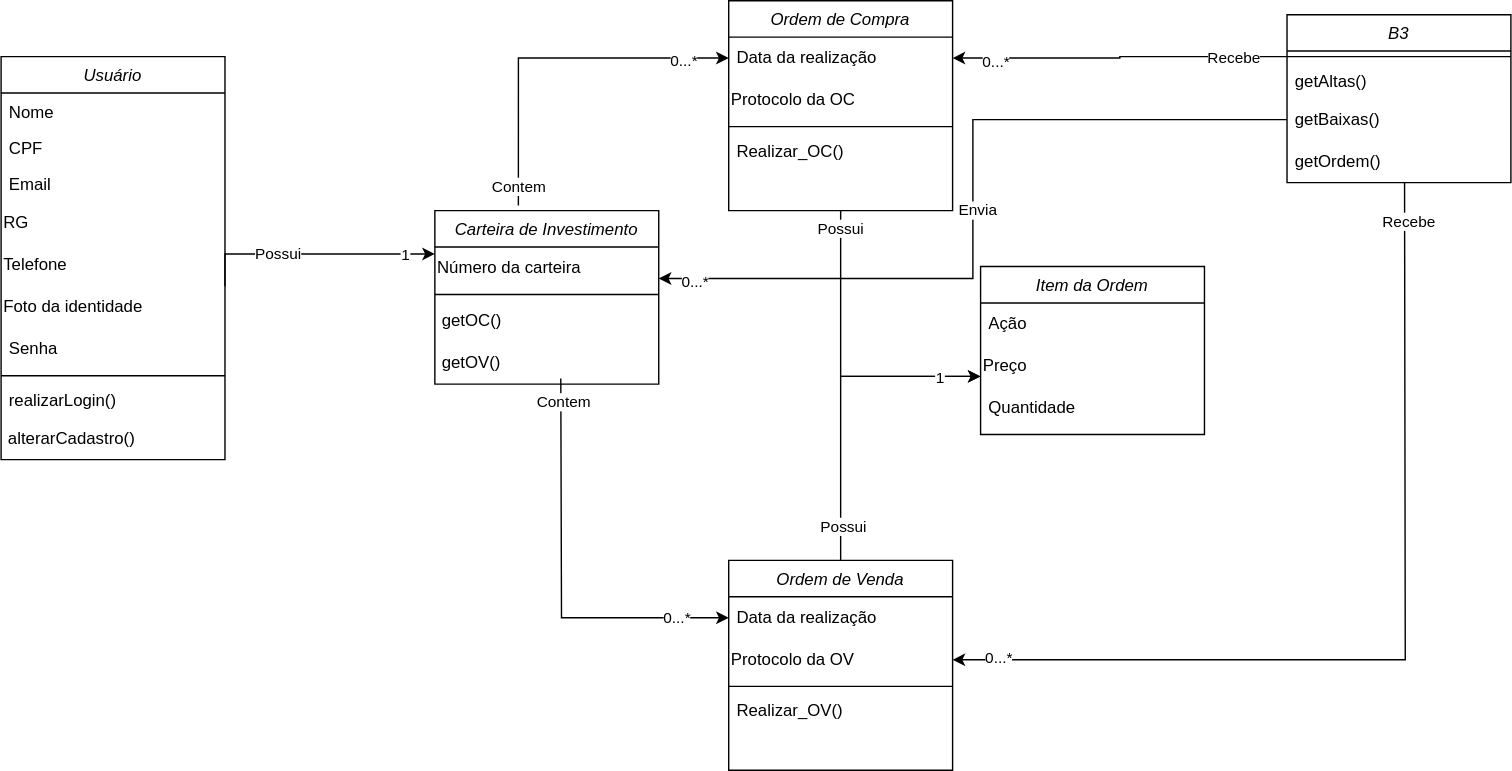
JesCat16/Projeto01_Modelagem_De_Software keeps this draw.io diagram as Diagrama de classe.drawio.svg. Above is the earlier version. Source tidied: cells renumbered, new cells last; positions are measured from the earlier drawing's top-left corner, leaving out a move shared by most shapes.
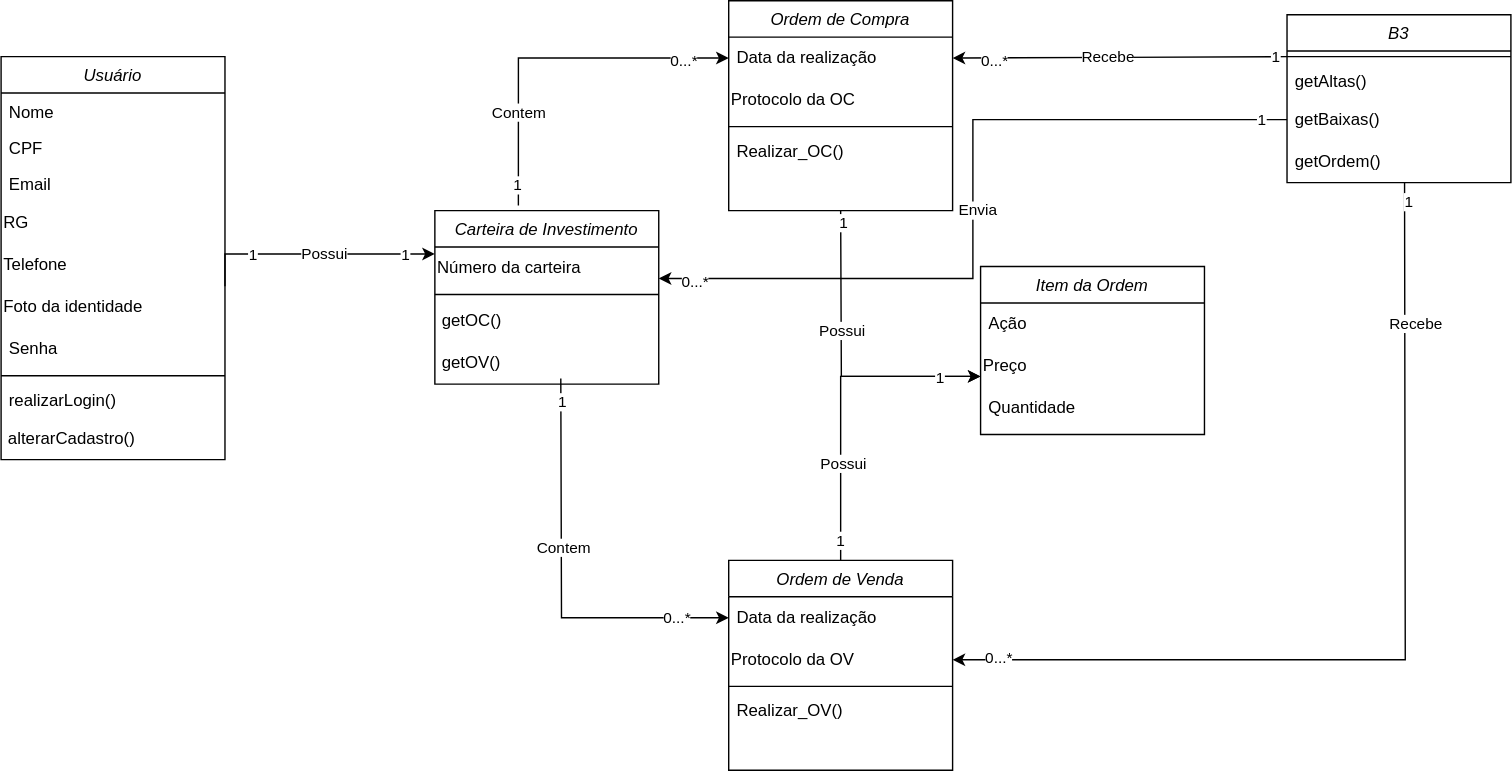
The same file after the commit.

Change to the diagram source:
```diff
@@ -86,11 +86,16 @@
       </mxGeometry>
     </mxCell>
     <mxCell id="29" value="Contem" style="edgeLabel;html=1;align=center;verticalAlign=middle;" parent="28" vertex="1">
-      <mxGeometry x="0.89" y="-1" relative="1" as="geometry" />
+      <mxGeometry x="0.89" y="-1" relative="1" as="geometry">
+        <mxPoint y="104" as="offset" />
+      </mxGeometry>
     </mxCell>
     <mxCell id="30" value="0...*" style="edgeLabel;html=1;align=center;verticalAlign=middle;" parent="28" vertex="1">
       <mxGeometry x="-0.74" y="-1" relative="1" as="geometry" />
     </mxCell>
+    <mxCell id="60" value="1" style="edgeLabel;html=1;align=center;verticalAlign=middle;" parent="28" vertex="1">
+      <mxGeometry x="0.88" relative="1" as="geometry" />
+    </mxCell>
     <mxCell id="31" value="Data da realização" style="text;strokeColor=none;fillColor=none;align=left;verticalAlign=middle;spacingLeft=4;spacingRight=4;overflow=hidden;points=[[0,0.5],[1,0.5]];portConstraint=eastwest;whiteSpace=wrap;html=1;" parent="27" vertex="1">
       <mxGeometry y="26" width="160" height="30" as="geometry" />
     </mxCell>
@@ -100,11 +105,18 @@
       </mxGeometry>
     </mxCell>
     <mxCell id="33" value="Recebe" style="edgeLabel;html=1;align=center;verticalAlign=middle;" parent="32" vertex="1">
-      <mxGeometry x="0.92" y="-2" relative="1" as="geometry" />
+      <mxGeometry x="0.92" y="-2" relative="1" as="geometry">
+        <mxPoint x="5" y="73" as="offset" />
+      </mxGeometry>
     </mxCell>
     <mxCell id="34" value="0...*" style="edgeLabel;html=1;align=center;verticalAlign=middle;" parent="32" vertex="1">
       <mxGeometry x="-0.9" y="2" relative="1" as="geometry" />
     </mxCell>
+    <mxCell id="61" value="1" style="edgeLabel;html=1;align=center;verticalAlign=middle;" parent="32" vertex="1">
+      <mxGeometry x="0.96" y="-2" relative="1" as="geometry">
+        <mxPoint y="1" as="offset" />
+      </mxGeometry>
+    </mxCell>
     <mxCell id="35" value="Protocolo da OV" style="text;html=1;align=left;verticalAlign=middle;whiteSpace=wrap;rounded=0;" parent="27" vertex="1">
       <mxGeometry y="56" width="160" height="30" as="geometry" />
     </mxCell>
@@ -114,17 +126,22 @@
     <mxCell id="37" value="Realizar_OV()" style="text;align=left;verticalAlign=top;spacingLeft=4;spacingRight=4;overflow=hidden;" parent="27" vertex="1">
       <mxGeometry y="94" width="160" height="26" as="geometry" />
     </mxCell>
-    <mxCell id="38" style="edgeStyle=orthogonalEdgeStyle;rounded=0;jettySize=auto;html=1;exitX=0;exitY=0.25;exitDx=0;exitDy=0;entryX=1;entryY=0.5;entryDx=0;entryDy=0;startArrow=none;startFill=0;endArrow=classic;endFill=1;" parent="1" edge="1" source="41" target="19">
-      <mxGeometry relative="1" as="geometry" />
+    <mxCell id="38" style="edgeStyle=orthogonalEdgeStyle;rounded=0;jettySize=auto;html=1;entryX=1;entryY=0.5;entryDx=0;entryDy=0;startArrow=none;startFill=0;endArrow=classic;endFill=1;" parent="1" edge="1" target="19">
+      <mxGeometry relative="1" as="geometry">
+        <mxPoint x="919" y="40" as="sourcePoint" />
+      </mxGeometry>
     </mxCell>
     <mxCell id="39" value="Recebe" style="edgeLabel;html=1;align=center;verticalAlign=middle;" parent="38" vertex="1">
       <mxGeometry x="0.65" relative="1" as="geometry">
-        <mxPoint x="158" y="-1" as="offset" />
+        <mxPoint x="68" y="-1" as="offset" />
       </mxGeometry>
     </mxCell>
     <mxCell id="40" value="0...*" style="edgeLabel;html=1;align=center;verticalAlign=middle;" parent="38" vertex="1">
       <mxGeometry x="0.75" y="2" relative="1" as="geometry" />
     </mxCell>
+    <mxCell id="62" value="1" style="edgeLabel;html=1;align=center;verticalAlign=middle;" parent="38" vertex="1">
+      <mxGeometry x="-0.93" y="-1" relative="1" as="geometry" />
+    </mxCell>
     <mxCell id="41" value="B3" style="swimlane;fontStyle=2;align=center;verticalAlign=top;horizontal=1;startSize=26;rounded=0;shadow=0;strokeWidth=1;" parent="1" vertex="1">
       <mxGeometry x="919" y="10" width="160" height="120" as="geometry" />
     </mxCell>
@@ -144,37 +161,61 @@
       <mxGeometry relative="1" as="geometry" />
     </mxCell>
     <mxCell id="47" value="Possui" style="edgeLabel;html=1;align=center;verticalAlign=middle;" parent="46" vertex="1">
-      <mxGeometry x="-0.31" y="1" relative="1" as="geometry" />
+      <mxGeometry x="-0.31" y="1" relative="1" as="geometry">
+        <mxPoint x="33" as="offset" />
+      </mxGeometry>
     </mxCell>
     <mxCell id="48" value="1" style="edgeLabel;html=1;align=center;verticalAlign=middle;" parent="46" vertex="1">
       <mxGeometry x="0.75" relative="1" as="geometry" />
     </mxCell>
+    <mxCell id="63" value="1" style="edgeLabel;html=1;align=center;verticalAlign=middle;" parent="46" vertex="1">
+      <mxGeometry x="-0.51" relative="1" as="geometry" />
+    </mxCell>
     <mxCell id="49" style="edgeStyle=orthogonalEdgeStyle;rounded=0;jettySize=auto;html=1;exitX=0;exitY=0.5;exitDx=0;exitDy=0;entryX=0.373;entryY=-0.029;entryDx=0;entryDy=0;entryPerimeter=0;endArrow=none;endFill=0;startArrow=classic;startFill=1;" parent="1" edge="1" source="19" target="13">
       <mxGeometry relative="1" as="geometry" />
     </mxCell>
     <mxCell id="50" value="Contem" style="edgeLabel;html=1;align=center;verticalAlign=middle;" parent="49" vertex="1">
-      <mxGeometry x="0.9" relative="1" as="geometry" />
+      <mxGeometry x="0.9" relative="1" as="geometry">
+        <mxPoint y="-53" as="offset" />
+      </mxGeometry>
     </mxCell>
     <mxCell id="51" value="0...*" style="edgeLabel;html=1;align=center;verticalAlign=middle;" parent="49" vertex="1">
       <mxGeometry x="-0.74" y="1" relative="1" as="geometry" />
     </mxCell>
+    <mxCell id="64" value="1" style="edgeLabel;html=1;align=center;verticalAlign=middle;" parent="49" vertex="1">
+      <mxGeometry x="0.89" y="-1" relative="1" as="geometry" />
+    </mxCell>
-    <mxCell id="52" style="edgeStyle=orthogonalEdgeStyle;rounded=0;jettySize=auto;html=1;exitX=0;exitY=0.75;exitDx=0;exitDy=0;entryX=0.5;entryY=1;entryDx=0;entryDy=0;startArrow=classic;startFill=1;endArrow=none;endFill=0;" parent="1" edge="1" source="25" target="18">
-      <mxGeometry relative="1" as="geometry" />
+    <mxCell id="52" style="edgeStyle=orthogonalEdgeStyle;rounded=0;jettySize=auto;html=1;exitX=0;exitY=0.75;exitDx=0;exitDy=0;startArrow=classic;startFill=1;endArrow=none;endFill=0;" parent="1" edge="1" source="25">
+      <mxGeometry relative="1" as="geometry">
+        <mxPoint x="600" y="150" as="targetPoint" />
+      </mxGeometry>
     </mxCell>
     <mxCell id="53" value="Possui" style="edgeLabel;html=1;align=center;verticalAlign=middle;" parent="52" vertex="1">
-      <mxGeometry x="0.88" y="1" relative="1" as="geometry" />
+      <mxGeometry x="0.88" y="1" relative="1" as="geometry">
+        <mxPoint x="1" y="72" as="offset" />
+      </mxGeometry>
     </mxCell>
+    <mxCell id="65" value="1" style="edgeLabel;html=1;align=center;verticalAlign=middle;" parent="52" vertex="1">
+      <mxGeometry x="0.92" y="-1" relative="1" as="geometry" />
+    </mxCell>
     <mxCell id="54" style="edgeStyle=orthogonalEdgeStyle;rounded=0;jettySize=auto;html=1;exitX=0;exitY=0.75;exitDx=0;exitDy=0;entryX=0.5;entryY=0;entryDx=0;entryDy=0;startArrow=classic;startFill=1;endArrow=none;endFill=0;" parent="1" edge="1" source="25" target="27">
       <mxGeometry relative="1" as="geometry" />
     </mxCell>
     <mxCell id="55" value="Possui" style="edgeLabel;html=1;align=center;verticalAlign=middle;" parent="54" vertex="1">
-      <mxGeometry x="0.78" y="1" relative="1" as="geometry" />
+      <mxGeometry x="0.78" y="1" relative="1" as="geometry">
+        <mxPoint y="-45" as="offset" />
+      </mxGeometry>
     </mxCell>
     <mxCell id="56" value="1" style="edgeLabel;html=1;align=center;verticalAlign=middle;" parent="54" vertex="1">
       <mxGeometry x="-0.73" y="1" relative="1" as="geometry">
         <mxPoint x="1" as="offset" />
       </mxGeometry>
     </mxCell>
+    <mxCell id="66" value="1" style="edgeLabel;html=1;align=center;verticalAlign=middle;" parent="54" vertex="1">
+      <mxGeometry x="0.87" y="-1" relative="1" as="geometry">
+        <mxPoint y="1" as="offset" />
+      </mxGeometry>
+    </mxCell>
     <mxCell id="57" style="edgeStyle=orthogonalEdgeStyle;rounded=0;jettySize=auto;html=1;exitX=0;exitY=0.5;exitDx=0;exitDy=0;entryX=1;entryY=0.75;entryDx=0;entryDy=0;" parent="1" edge="1" source="44" target="14">
       <mxGeometry relative="1" as="geometry" />
     </mxCell>
@@ -186,5 +227,8 @@
         <mxPoint x="2" as="offset" />
       </mxGeometry>
     </mxCell>
+    <mxCell id="67" value="1" style="edgeLabel;html=1;align=center;verticalAlign=middle;" parent="57" vertex="1">
+      <mxGeometry x="-0.93" y="-1" relative="1" as="geometry" />
+    </mxCell>
   </root>
 </mxGraphModel>
```
